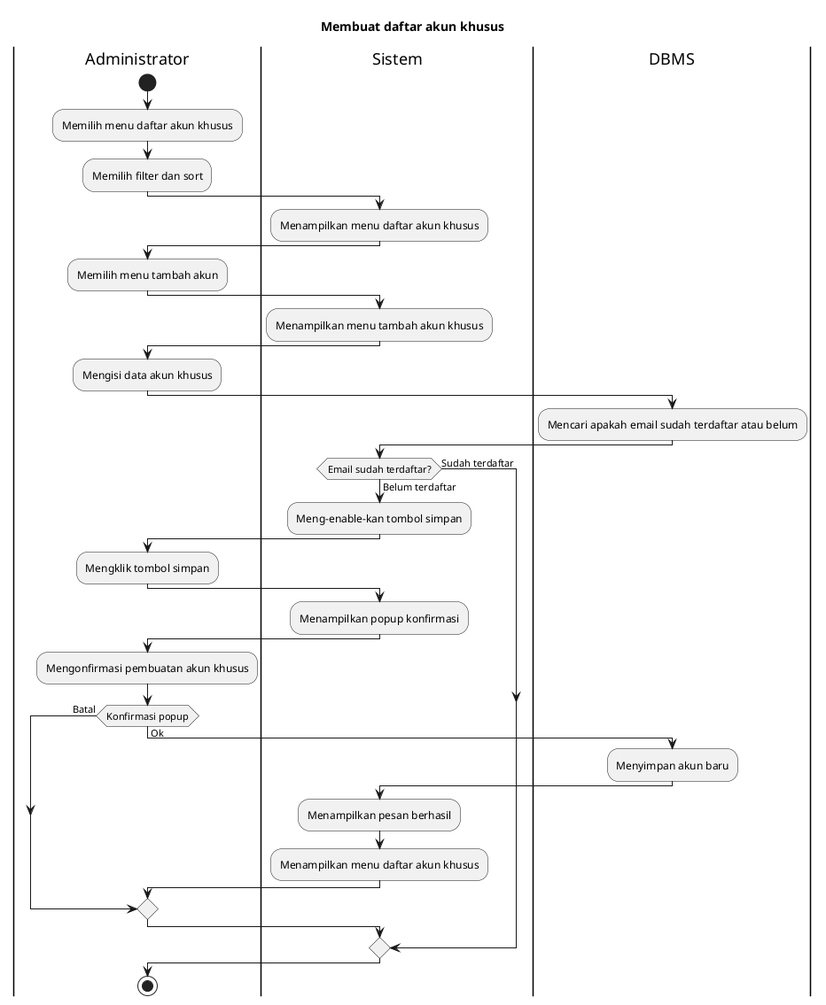
The PlantUML diagram export/Activity Diagrams/UC-MGUSER - Manajemen Pengguna/UC-MGUSER-010 - Membuat daftar akun khusus.png in bagusNA/appl-diagrams, before a commit. Source of this version:
```plantuml
@startuml
title Membuat daftar akun khusus

|Administrator|
start
:Memilih menu daftar akun khusus;
:Memilih filter dan sort;

|Sistem|
:Menampilkan menu daftar akun khusus;

|Administrator|
:Memilih menu tambah akun;

|Sistem|
:Menampilkan menu tambah akun khusus;

|Administrator|
:Mengisi data akun khusus;

|DBMS|
:Mencari apakah email sudah terdaftar atau belum;

|Sistem|
if (Email sudah terdaftar?) then (Sudah terdaftar)
else (Belum terdaftar)
  :Meng-enable-kan tombol simpan;

  |Administrator|
  :Mengklik tombol simpan;

  |Sistem|
  :Menampilkan popup konfirmasi;

  |Administrator|
  :Mengonfirmasi pembuatan akun khusus;

  if (Konfirmasi popup) then (Batal)
  else (Ok)
    |DBMS|
    :Menyimpan akun baru;

    |Sistem|
    :Menampilkan pesan berhasil;
    :Menampilkan menu daftar akun khusus;
  endif
endif

|Administrator|
stop
@enduml
```
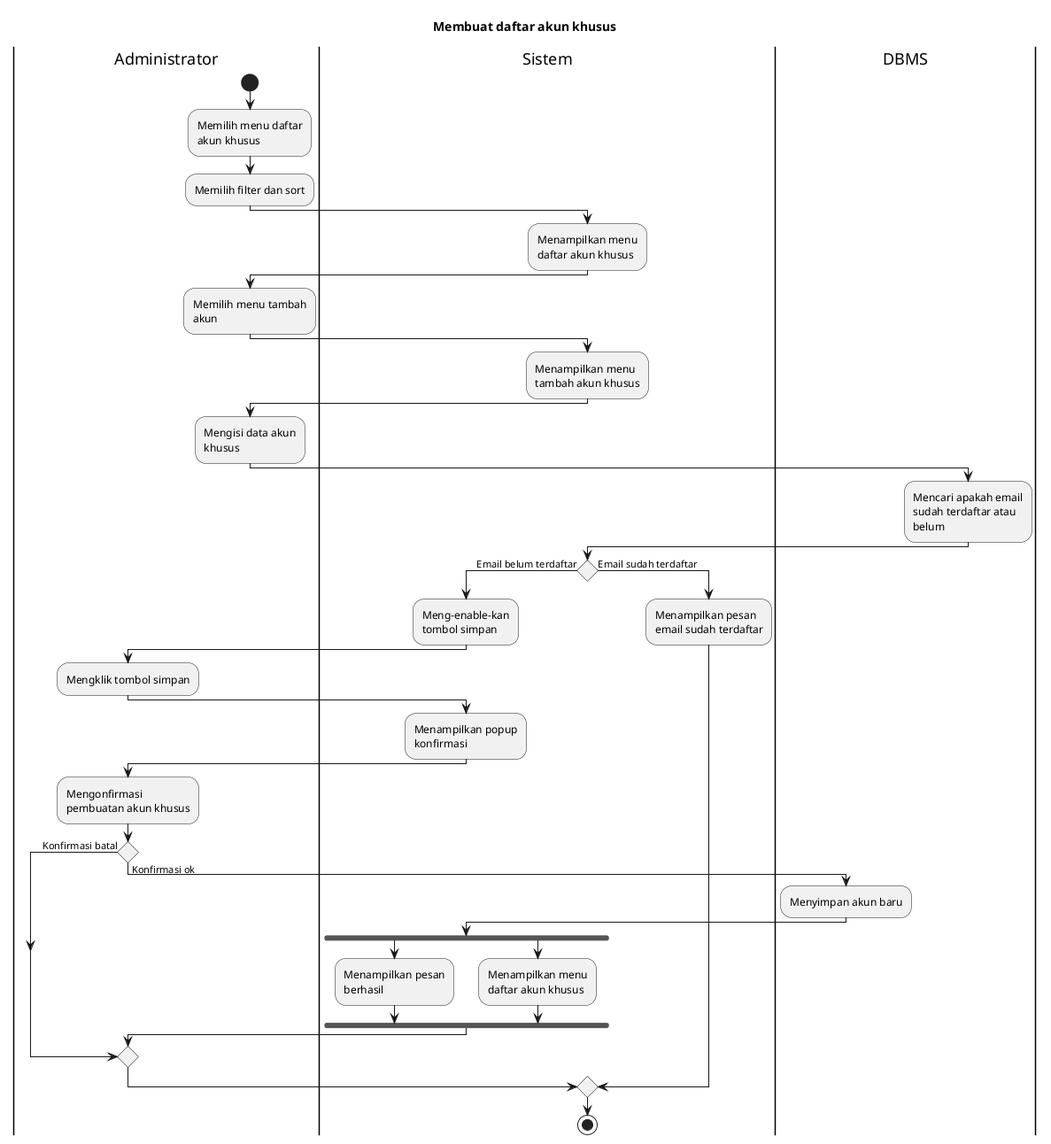
Later version of the same file.

The edit, as a diff of the source:
```diff
@@ -1,4 +1,6 @@
 @startuml
+skinparam wrapWidth 140
+
 title Membuat daftar akun khusus
 
 |Administrator|
@@ -22,8 +24,8 @@
 :Mencari apakah email sudah terdaftar atau belum;
 
 |Sistem|
-if (Email sudah terdaftar?) then (Sudah terdaftar)
-else (Belum terdaftar)
+if () then (Email belum terdaftar)
+  |Sistem|
   :Meng-enable-kan tombol simpan;
 
   |Administrator|
@@ -35,17 +37,21 @@
   |Administrator|
   :Mengonfirmasi pembuatan akun khusus;
 
-  if (Konfirmasi popup) then (Batal)
-  else (Ok)
+  if () then (Konfirmasi batal)
+  else (Konfirmasi ok)
     |DBMS|
     :Menyimpan akun baru;
 
     |Sistem|
-    :Menampilkan pesan berhasil;
-    :Menampilkan menu daftar akun khusus;
+    fork
+      :Menampilkan pesan berhasil;
+    fork again
+      :Menampilkan menu daftar akun khusus;
+    endfork
   endif
+else (Email sudah terdaftar)
+  :Menampilkan pesan email sudah terdaftar;
 endif
 
-|Administrator|
 stop
 @enduml
```
